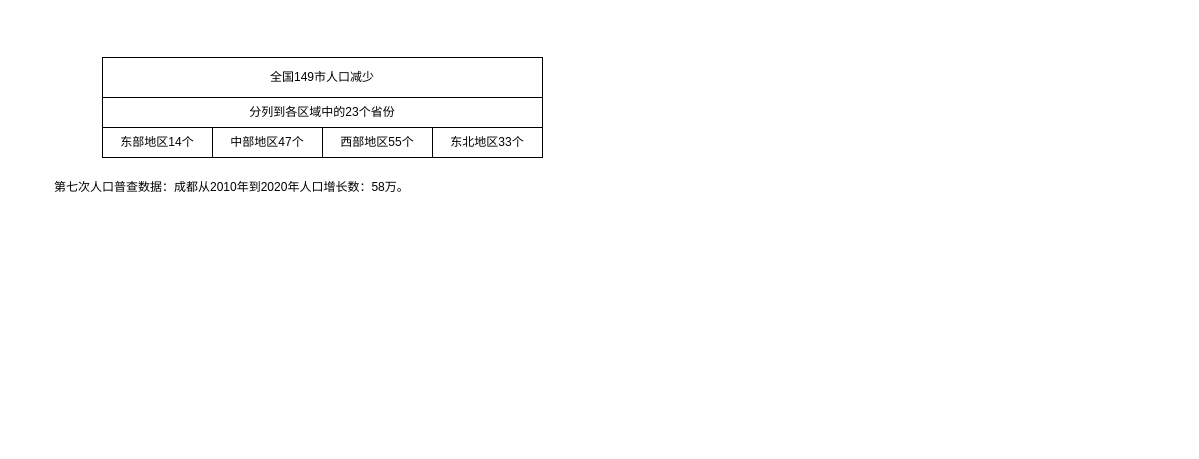
This is 人口迁徙.drawio from UTOUUCENTER-CD/Adv-Mathematics, a draw.io file, before an edit. Source tidied: cells renumbered, new cells numbered last; positions are measured from the earlier drawing's top-left corner, leaving out a move shared by most shapes. Both pictures are drawn from the tidied source at 100%, with x=0, y=0 at pixel (52, 57).
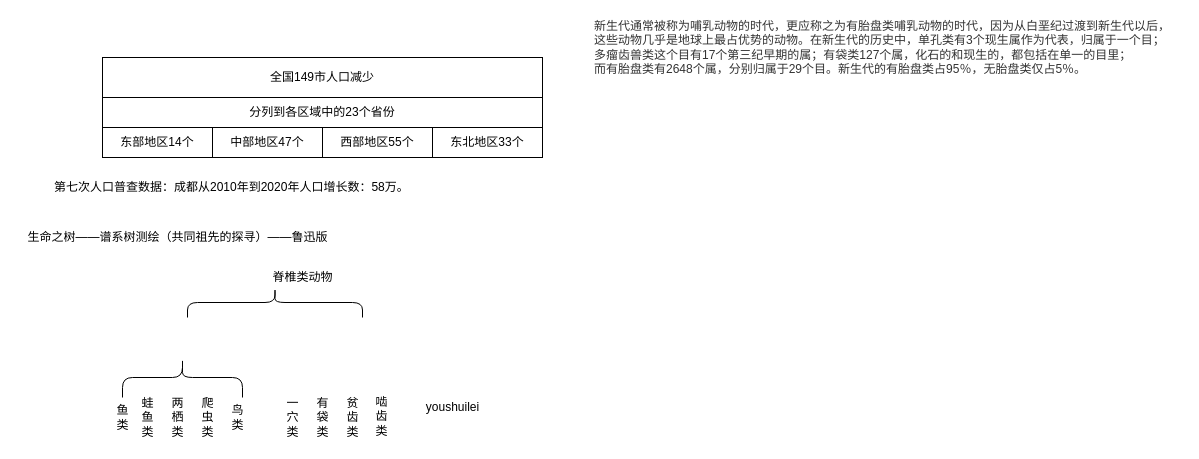
After the change.

Diff of the diagram source:
```diff
@@
+    <mxCell id="9" style="shape=curlyBracket;whiteSpace=wrap;html=1;rounded=1;flipH=1;rotation=-90;" parent="1" vertex="1">
+      <mxGeometry x="207.5" y="157.5" width="30" height="175" as="geometry" />
+    </mxCell>
+    <mxCell id="10" value="脊椎类动物" style="text;html=1;align=center;verticalAlign=middle;strokeColor=none;" parent="1" vertex="1">
+      <mxGeometry x="210" y="210" width="80" height="20" as="geometry" />
+    </mxCell>
+    <mxCell id="11" style="shape=curlyBracket;whiteSpace=wrap;html=1;rounded=1;flipH=1;rotation=-90;" parent="1" vertex="1">
+      <mxGeometry x="110" y="260" width="40" height="120" as="geometry" />
+    </mxCell>
+    <mxCell id="12" value="鱼&lt;br&gt;类" style="text;html=1;align=center;verticalAlign=middle;strokeColor=none;" parent="1" vertex="1">
+      <mxGeometry x="55" y="345" width="30" height="30" as="geometry" />
+    </mxCell>
+    <mxCell id="13" value="蛙&lt;br&gt;鱼&lt;br&gt;类" style="text;html=1;align=center;verticalAlign=middle;strokeColor=none;" parent="1" vertex="1">
+      <mxGeometry x="80" y="335" width="30" height="50" as="geometry" />
+    </mxCell>
+    <mxCell id="14" value="两&lt;br&gt;栖&lt;br&gt;类" style="text;html=1;align=center;verticalAlign=middle;strokeColor=none;" parent="1" vertex="1">
+      <mxGeometry x="110" y="335" width="30" height="50" as="geometry" />
+    </mxCell>
+    <mxCell id="15" value="爬&lt;br&gt;虫&lt;br&gt;类" style="text;html=1;align=center;verticalAlign=middle;strokeColor=none;" parent="1" vertex="1">
+      <mxGeometry x="140" y="335" width="30" height="50" as="geometry" />
+    </mxCell>
+    <mxCell id="16" value="鸟&lt;br&gt;类" style="text;html=1;align=center;verticalAlign=middle;strokeColor=none;" parent="1" vertex="1">
+      <mxGeometry x="170" y="345" width="30" height="30" as="geometry" />
+    </mxCell>
+    <mxCell id="17" value="一&lt;br&gt;穴&lt;br&gt;类" style="text;html=1;align=center;verticalAlign=middle;strokeColor=none;" parent="1" vertex="1">
+      <mxGeometry x="225" y="335" width="30" height="50" as="geometry" />
+    </mxCell>
+    <mxCell id="18" value="有&lt;br&gt;袋&lt;br&gt;类" style="text;html=1;align=center;verticalAlign=middle;strokeColor=none;" parent="1" vertex="1">
+      <mxGeometry x="255" y="334.5" width="30" height="50" as="geometry" />
+    </mxCell>
+    <mxCell id="19" value="贫&lt;br&gt;齿&lt;br&gt;类" style="text;html=1;align=center;verticalAlign=middle;strokeColor=none;" parent="1" vertex="1">
+      <mxGeometry x="285" y="335" width="30" height="50" as="geometry" />
+    </mxCell>
+    <mxCell id="20" value="生命之树——谱系树测绘（共同祖先的探寻）——鲁迅版" style="text;html=1;align=center;verticalAlign=middle;strokeColor=none;" parent="1" vertex="1">
+      <mxGeometry x="-35" y="170" width="320" height="20" as="geometry" />
+    </mxCell>
+    <mxCell id="21" value="啮&lt;br&gt;齿&lt;br&gt;类" style="text;html=1;align=center;verticalAlign=middle;strokeColor=none;" parent="1" vertex="1">
+      <mxGeometry x="314" y="334" width="30" height="50" as="geometry" />
+    </mxCell>
+    <mxCell id="22" value="youshuilei" style="text;html=1;align=center;verticalAlign=middle;strokeColor=none;" parent="1" vertex="1">
+      <mxGeometry x="365" y="340" width="70" height="20" as="geometry" />
+    </mxCell>
+    <mxCell id="23" value="&lt;span style=&quot;color: rgb(51 , 51 , 51) ; font-family: &amp;#34;arial&amp;#34; , &amp;#34;pingfang sc&amp;#34; , &amp;#34;microsoft yahei&amp;#34; , sans-serif ; background-color: rgb(255 , 255 , 255)&quot;&gt;&lt;font style=&quot;font-size: 12px&quot;&gt;新生代通常被称为哺乳动物的时代，更应称之为有胎盘类哺乳动物的时代，因为从白垩纪过渡到新生代以后，&lt;br&gt;这些动物几乎是地球上最占优势的动物。在新生代的历史中，单孔类有3个现生属作为代表，归属于一个目；&lt;br&gt;多瘤齿兽类这个目有17个第三纪早期的属；有袋类127个属，化石的和现生的，都包括在单一的目里；&lt;br&gt;而有胎盘类有2648个属，分别归属于29个目。新生代的有胎盘类占95％，无胎盘类仅占5％。&lt;/font&gt;&lt;/span&gt;" style="text;html=1;align=left;verticalAlign=middle;strokeColor=none;" parent="1" vertex="1">
+      <mxGeometry x="540" y="-40" width="590" height="60" as="geometry" />
+    </mxCell>
```
